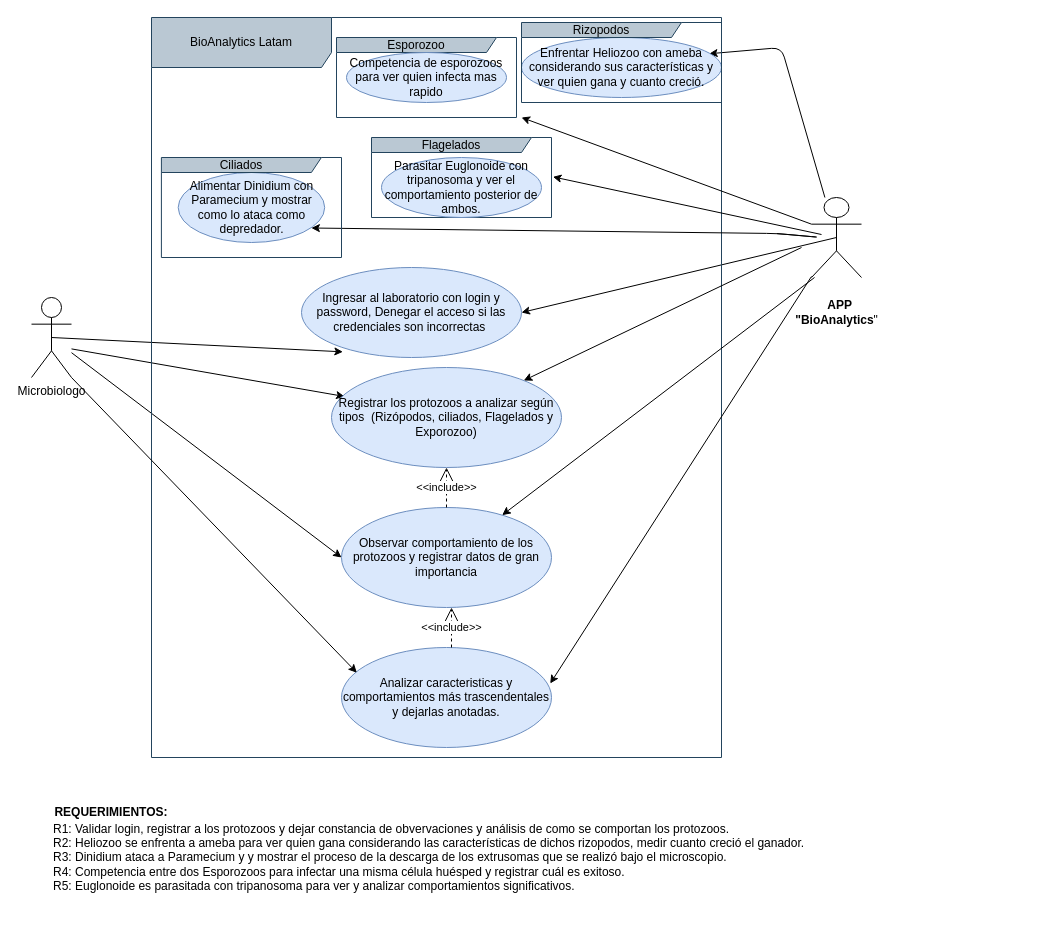
Earlier version of the draw.io diagram page "Página-1" (1 of 2) of design/BioAnalyticsUseCase.drawio (nikito34-max/proyectoBiologo_grupo3). Source tidied: cells renumbered, new cells numbered last; positions are measured from the earlier drawing's top-left corner, leaving out a move shared by most shapes. Both pictures are drawn from the tidied source at 100%, with x=0, y=0 at pixel (31, 17).
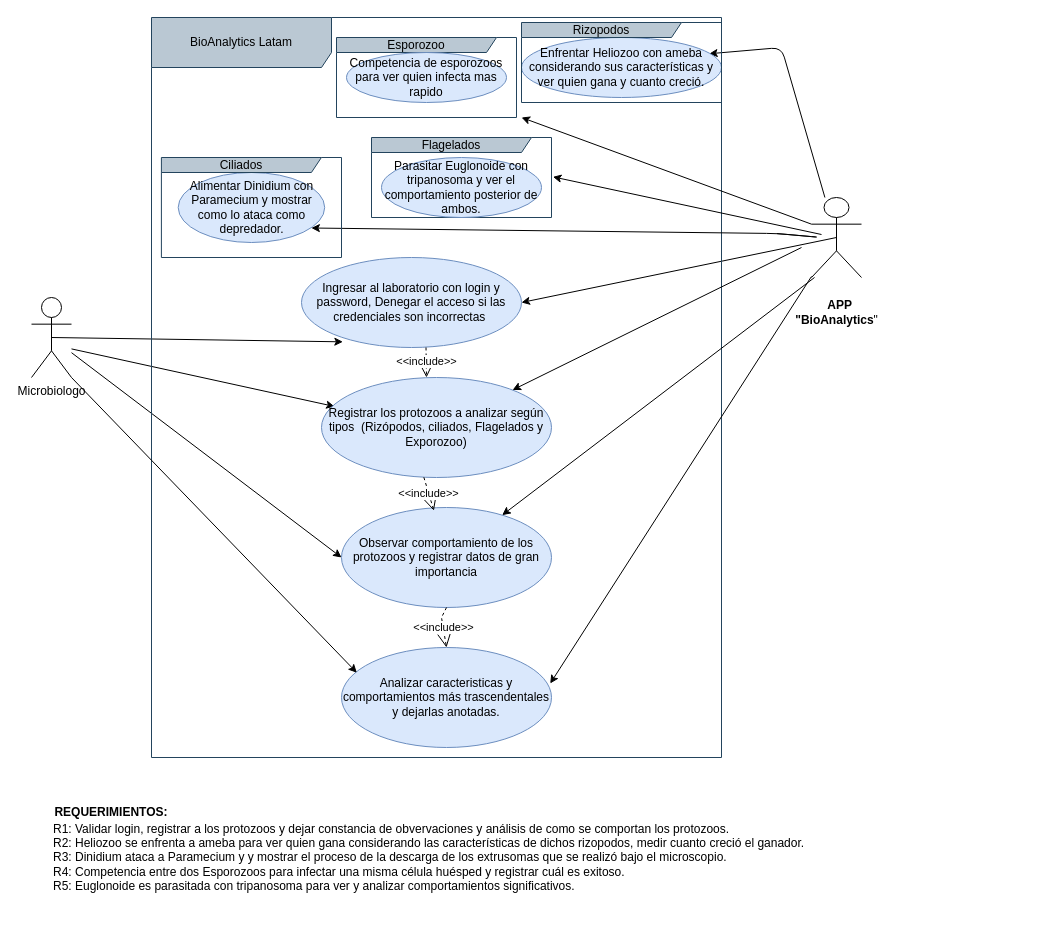
Above is the later version.

Commit message:
Correccion en diagrama

The change refers to these unchanged cells:
```xml
<mxCell id="11" value="Observar comportamiento de los protozoos y registrar datos de gran importancia" style="ellipse;whiteSpace=wrap;html=1;fillColor=#dae8fc;strokeColor=#6c8ebf;" parent="1" vertex="1">
  <mxGeometry x="310" y="490" width="210" height="100" as="geometry" />
</mxCell>
<mxCell id="23" value="Analizar caracteristicas y comportamientos más trascendentales y dejarlas anotadas." style="ellipse;whiteSpace=wrap;html=1;fillColor=#dae8fc;strokeColor=#6c8ebf;" parent="1" vertex="1">
  <mxGeometry x="310" y="630" width="210" height="100" as="geometry" />
</mxCell>
```

Change to the diagram source:
```diff
@@
     <mxCell id="5" value="Ingresar al laboratorio con login y password, Denegar el acceso si las credenciales son incorrectas&amp;nbsp;" style="ellipse;whiteSpace=wrap;html=1;fillColor=#dae8fc;strokeColor=#6c8ebf;" parent="1" vertex="1">
-      <mxGeometry x="270" y="250" width="220" height="90" as="geometry" />
+      <mxGeometry x="270" y="240" width="220" height="90" as="geometry" />
     </mxCell>
     <mxCell id="6" value="Registrar los protozoos a analizar según tipos&amp;nbsp; (Rizópodos, ciliados, Flagelados y Exporozoo)" style="ellipse;whiteSpace=wrap;html=1;fillColor=#dae8fc;strokeColor=#6c8ebf;" parent="1" vertex="1">
-      <mxGeometry x="300" y="350" width="230" height="100" as="geometry" />
+      <mxGeometry x="290" y="360" width="230" height="100" as="geometry" />
     </mxCell>
@@
-    <mxCell id="16" value="&amp;lt;&amp;lt;include&amp;gt;&amp;gt;" style="endArrow=open;endSize=12;dashed=1;html=1;rounded=0;entryX=0.5;entryY=1;entryDx=0;entryDy=0;" parent="1" edge="1" source="11" target="6">
+    <mxCell id="16" value="&amp;lt;&amp;lt;include&amp;gt;&amp;gt;" style="endArrow=open;endSize=12;dashed=1;html=1;rounded=0;entryX=0.44;entryY=0.032;entryDx=0;entryDy=0;exitX=0.445;exitY=0.998;exitDx=0;exitDy=0;exitPerimeter=0;entryPerimeter=0;" parent="1" edge="1" source="6" target="11">
       <mxGeometry relative="1" as="geometry" />
     </mxCell>
@@
-    <mxCell id="24" value="&amp;lt;&amp;lt;include&amp;gt;&amp;gt;" style="endArrow=open;endSize=12;dashed=1;html=1;rounded=0;entryX=0.5;entryY=1;entryDx=0;entryDy=0;" parent="1" edge="1">
+    <mxCell id="24" value="&amp;lt;&amp;lt;include&amp;gt;&amp;gt;" style="endArrow=open;endSize=12;dashed=1;html=1;rounded=0;entryX=0.5;entryY=0;entryDx=0;entryDy=0;exitX=0.5;exitY=1;exitDx=0;exitDy=0;" parent="1" edge="1" source="11" target="23">
       <mxGeometry relative="1" as="geometry">
-        <mxPoint x="420" y="630" as="sourcePoint" />
-        <mxPoint x="420" y="590" as="targetPoint" />
         <Array as="points">
-          <mxPoint x="420" y="610" />
+          <mxPoint x="410" y="600" />
         </Array>
       </mxGeometry>
     </mxCell>
@@
+    <mxCell id="33" value="&amp;lt;&amp;lt;include&amp;gt;&amp;gt;" style="endArrow=open;endSize=12;dashed=1;html=1;rounded=0;exitX=0.445;exitY=0.998;exitDx=0;exitDy=0;exitPerimeter=0;" parent="1" edge="1">
+      <mxGeometry x="-0.07" relative="1" as="geometry">
+        <mxPoint x="394.5" y="330" as="sourcePoint" />
+        <mxPoint x="395" y="360" as="targetPoint" />
+      </mxGeometry>
+    </mxCell>
```
